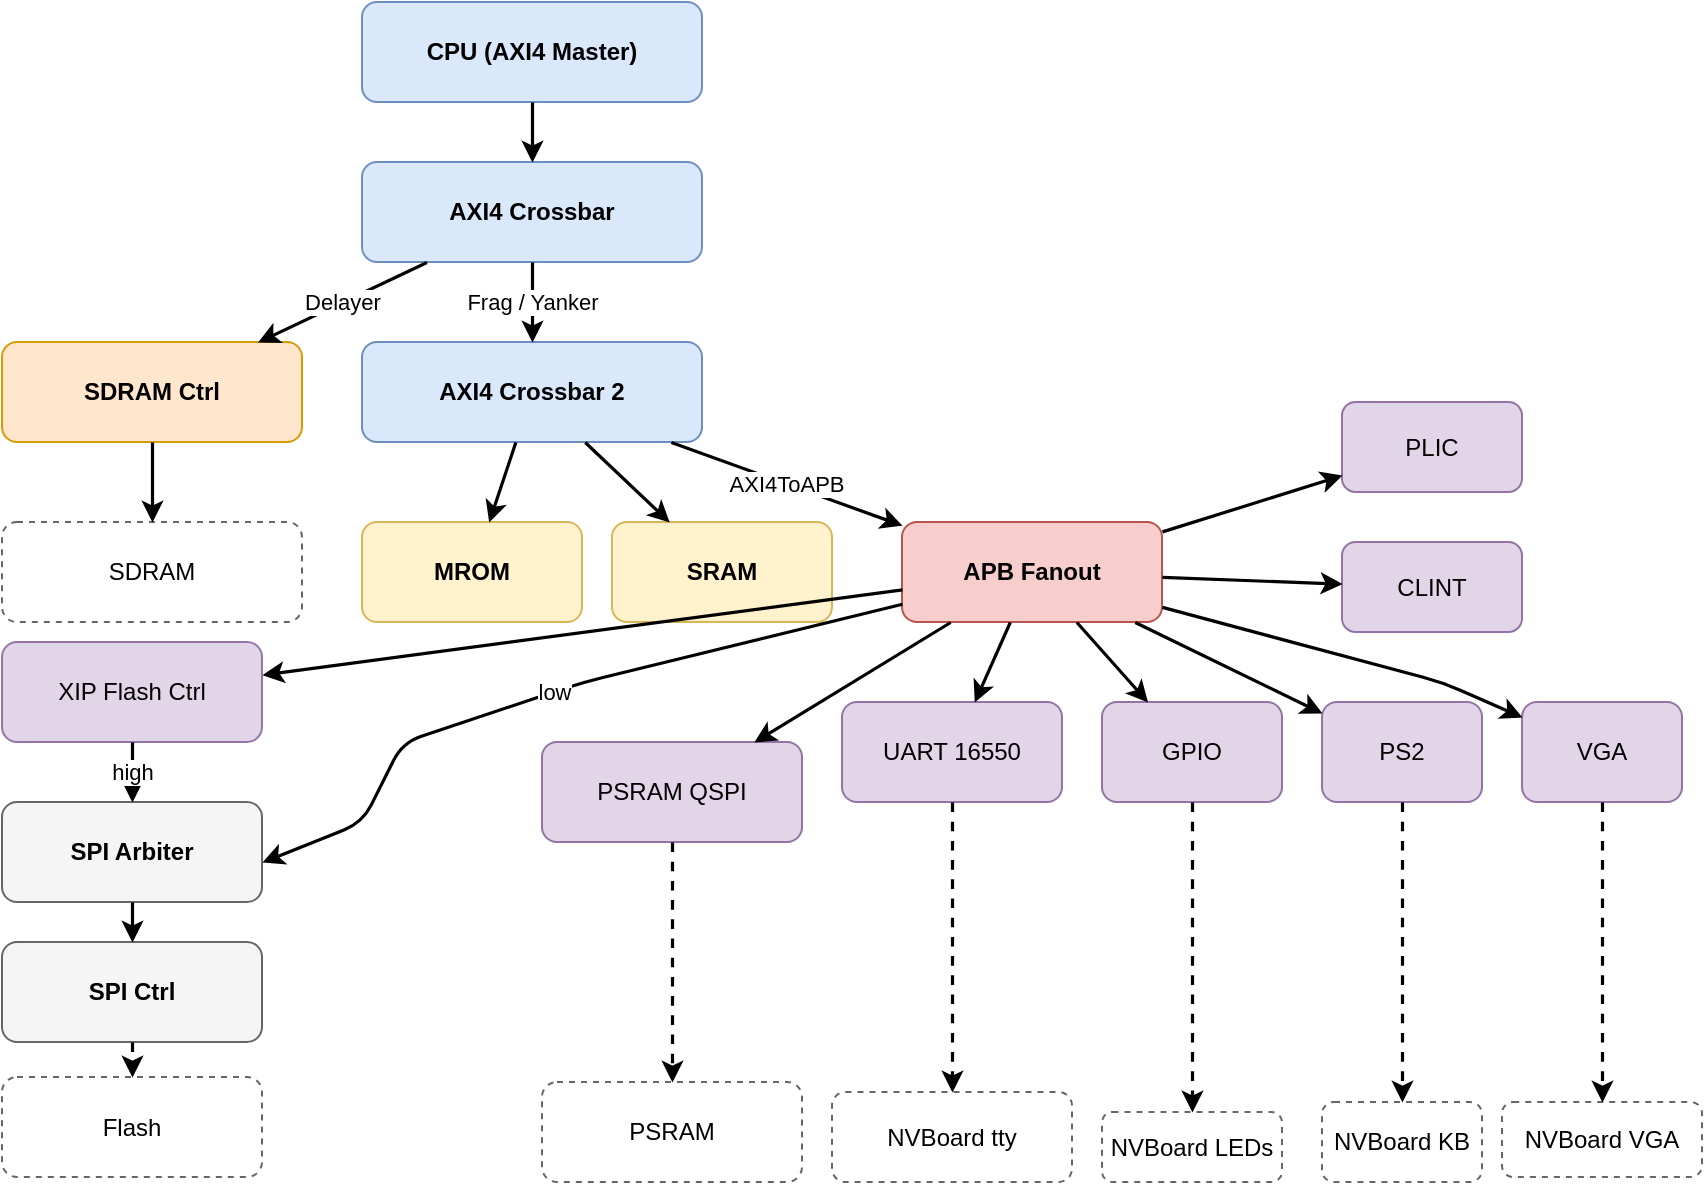
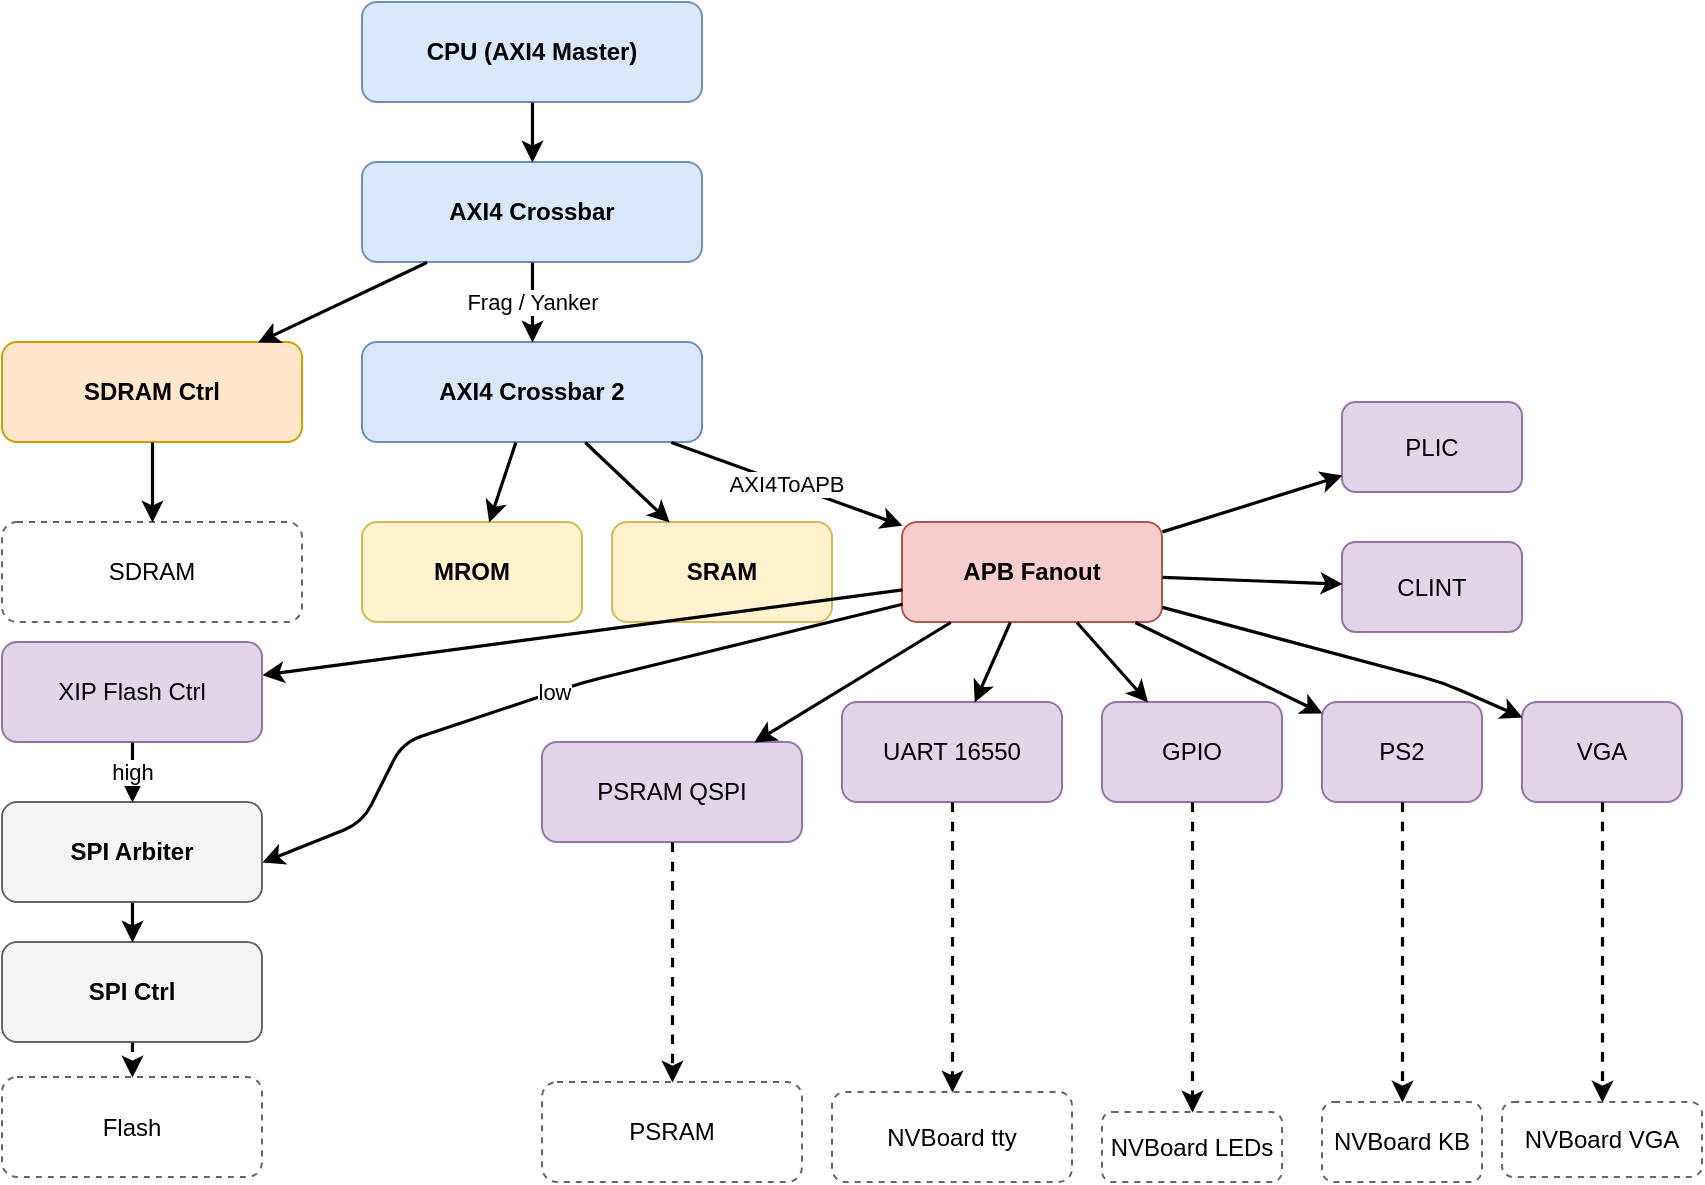
<mxfile host="65bd71144e">
    <diagram id="6tjoEP0it_ZVxBXkv_ii" name="Page-1">
-         <mxGraphModel dx="966" dy="786" grid="1" gridSize="10" guides="1" tooltips="1" connect="1" arrows="1" fold="1" page="0" pageScale="1" pageWidth="1100" pageHeight="850" math="0" shadow="0">
+         <mxGraphModel dx="378" dy="717" grid="1" gridSize="10" guides="1" tooltips="1" connect="1" arrows="1" fold="1" page="0" pageScale="1" pageWidth="1100" pageHeight="850" math="0" shadow="0">
            <root>
                <mxCell id="0"/>
                <mxCell id="1" parent="0"/>
                <mxCell id="2" value="CPU (AXI4 Master)" style="rounded=1;whiteSpace=wrap;html=1;fillColor=#dae8fc;strokeColor=#6c8ebf;fontStyle=1;" parent="1" vertex="1">
                    <mxGeometry x="420" y="40" width="170" height="50" as="geometry"/>
                </mxCell>
                <mxCell id="3" value="AXI4 Crossbar" style="rounded=1;whiteSpace=wrap;html=1;fillColor=#dae8fc;strokeColor=#6c8ebf;fontStyle=1;" parent="1" vertex="1">
                    <mxGeometry x="420" y="120" width="170" height="50" as="geometry"/>
                </mxCell>
                <mxCell id="4" value="SDRAM Ctrl" style="rounded=1;whiteSpace=wrap;html=1;fillColor=#ffe6cc;strokeColor=#d79b00;fontStyle=1;" parent="1" vertex="1">
                    <mxGeometry x="240" y="210" width="150" height="50" as="geometry"/>
                </mxCell>
                <mxCell id="5" value="AXI4 Crossbar 2" style="rounded=1;whiteSpace=wrap;html=1;fillColor=#dae8fc;strokeColor=#6c8ebf;fontStyle=1;" parent="1" vertex="1">
                    <mxGeometry x="420" y="210" width="170" height="50" as="geometry"/>
                </mxCell>
                <mxCell id="6" value="SDRAM" style="rounded=1;whiteSpace=wrap;html=1;dashed=1;fillColor=#ffffff;strokeColor=#666666;" parent="1" vertex="1">
                    <mxGeometry x="240" y="300" width="150" height="50" as="geometry"/>
                </mxCell>
                <mxCell id="7" value="MROM" style="rounded=1;whiteSpace=wrap;html=1;fillColor=#fff2cc;strokeColor=#d6b656;fontStyle=1;" parent="1" vertex="1">
                    <mxGeometry x="420" y="300" width="110" height="50" as="geometry"/>
                </mxCell>
                <mxCell id="8" value="SRAM" style="rounded=1;whiteSpace=wrap;html=1;fillColor=#fff2cc;strokeColor=#d6b656;fontStyle=1;" parent="1" vertex="1">
                    <mxGeometry x="545" y="300" width="110" height="50" as="geometry"/>
                </mxCell>
                <mxCell id="9" value="APB Fanout" style="rounded=1;whiteSpace=wrap;html=1;fillColor=#f8cecc;strokeColor=#b85450;fontStyle=1;" parent="1" vertex="1">
                    <mxGeometry x="690" y="300" width="130" height="50" as="geometry"/>
                </mxCell>
                <mxCell id="10" value="XIP Flash Ctrl" style="rounded=1;whiteSpace=wrap;html=1;fillColor=#e1d5e7;strokeColor=#9673a6;" parent="1" vertex="1">
                    <mxGeometry x="240" y="360" width="130" height="50" as="geometry"/>
                </mxCell>
                <mxCell id="11" value="PSRAM QSPI" style="rounded=1;whiteSpace=wrap;html=1;fillColor=#e1d5e7;strokeColor=#9673a6;" parent="1" vertex="1">
                    <mxGeometry x="510" y="410" width="130" height="50" as="geometry"/>
                </mxCell>
                <mxCell id="12" value="UART 16550" style="rounded=1;whiteSpace=wrap;html=1;fillColor=#e1d5e7;strokeColor=#9673a6;" parent="1" vertex="1">
                    <mxGeometry x="660" y="390" width="110" height="50" as="geometry"/>
                </mxCell>
                <mxCell id="13" value="GPIO" style="rounded=1;whiteSpace=wrap;html=1;fillColor=#e1d5e7;strokeColor=#9673a6;" parent="1" vertex="1">
                    <mxGeometry x="790" y="390" width="90" height="50" as="geometry"/>
                </mxCell>
                <mxCell id="14" value="PS2" style="rounded=1;whiteSpace=wrap;html=1;fillColor=#e1d5e7;strokeColor=#9673a6;" parent="1" vertex="1">
                    <mxGeometry x="900" y="390" width="80" height="50" as="geometry"/>
                </mxCell>
                <mxCell id="15" value="VGA" style="rounded=1;whiteSpace=wrap;html=1;fillColor=#e1d5e7;strokeColor=#9673a6;" parent="1" vertex="1">
                    <mxGeometry x="1000" y="390" width="80" height="50" as="geometry"/>
                </mxCell>
                <mxCell id="16" value="PLIC" style="rounded=1;whiteSpace=wrap;html=1;fillColor=#e1d5e7;strokeColor=#9673a6;" parent="1" vertex="1">
                    <mxGeometry x="910" y="240" width="90" height="45" as="geometry"/>
                </mxCell>
                <mxCell id="17" value="CLINT" style="rounded=1;whiteSpace=wrap;html=1;fillColor=#e1d5e7;strokeColor=#9673a6;" parent="1" vertex="1">
                    <mxGeometry x="910" y="310" width="90" height="45" as="geometry"/>
                </mxCell>
                <mxCell id="18" value="SPI Arbiter" style="rounded=1;whiteSpace=wrap;html=1;fillColor=#f5f5f5;strokeColor=#666666;fontStyle=1;" parent="1" vertex="1">
                    <mxGeometry x="240" y="440" width="130" height="50" as="geometry"/>
                </mxCell>
                <mxCell id="19" value="SPI Ctrl" style="rounded=1;whiteSpace=wrap;html=1;fillColor=#f5f5f5;strokeColor=#666666;fontStyle=1;" parent="1" vertex="1">
                    <mxGeometry x="240" y="510" width="130" height="50" as="geometry"/>
                </mxCell>
                <mxCell id="20" value="Flash" style="rounded=1;whiteSpace=wrap;html=1;dashed=1;fillColor=#ffffff;strokeColor=#666666;" parent="1" vertex="1">
                    <mxGeometry x="240" y="577.5" width="130" height="50" as="geometry"/>
                </mxCell>
                <mxCell id="21" value="PSRAM" style="rounded=1;whiteSpace=wrap;html=1;dashed=1;fillColor=#ffffff;strokeColor=#666666;" parent="1" vertex="1">
                    <mxGeometry x="510" y="580" width="130" height="50" as="geometry"/>
                </mxCell>
                <mxCell id="22" value="NVBoard tty" style="rounded=1;whiteSpace=wrap;html=1;dashed=1;fillColor=#ffffff;strokeColor=#666666;" parent="1" vertex="1">
                    <mxGeometry x="655" y="585" width="120" height="45" as="geometry"/>
                </mxCell>
                <mxCell id="23" value="NVBoard LEDs" style="rounded=1;whiteSpace=wrap;html=1;dashed=1;fillColor=#ffffff;strokeColor=#666666;" parent="1" vertex="1">
                    <mxGeometry x="790" y="595" width="90" height="35" as="geometry"/>
                </mxCell>
                <mxCell id="24" value="NVBoard KB" style="rounded=1;whiteSpace=wrap;html=1;dashed=1;fillColor=#ffffff;strokeColor=#666666;" parent="1" vertex="1">
                    <mxGeometry x="900" y="590" width="80" height="40" as="geometry"/>
                </mxCell>
                <mxCell id="25" value="NVBoard VGA" style="rounded=1;whiteSpace=wrap;html=1;dashed=1;fillColor=#ffffff;strokeColor=#666666;" parent="1" vertex="1">
                    <mxGeometry x="990" y="590" width="100" height="37.5" as="geometry"/>
                </mxCell>
                <mxCell id="e1" value="" style="endArrow=classic;html=1;strokeWidth=1.6;" parent="1" source="2" target="3" edge="1">
                    <mxGeometry relative="1" as="geometry"/>
                </mxCell>
-                 <mxCell id="e2" value="Delayer" style="endArrow=classic;html=1;strokeWidth=1.6;" parent="1" source="3" target="4" edge="1">
+                 <mxCell id="e2" value="" style="endArrow=classic;html=1;strokeWidth=1.6;" parent="1" source="3" target="4" edge="1">
                    <mxGeometry relative="1" as="geometry"/>
                </mxCell>
                <mxCell id="e3" value="Frag / Yanker" style="endArrow=classic;html=1;strokeWidth=1.6;" parent="1" source="3" target="5" edge="1">
                    <mxGeometry relative="1" as="geometry"/>
                </mxCell>
                <mxCell id="e4" value="" style="endArrow=classic;html=1;strokeWidth=1.6;" parent="1" source="4" target="6" edge="1">
                    <mxGeometry relative="1" as="geometry"/>
                </mxCell>
                <mxCell id="e5" value="" style="endArrow=classic;html=1;strokeWidth=1.6;" parent="1" source="5" target="7" edge="1">
                    <mxGeometry relative="1" as="geometry"/>
                </mxCell>
                <mxCell id="e6" value="" style="endArrow=classic;html=1;strokeWidth=1.6;" parent="1" source="5" target="8" edge="1">
                    <mxGeometry relative="1" as="geometry"/>
                </mxCell>
                <mxCell id="e7" value="AXI4ToAPB" style="endArrow=classic;html=1;strokeWidth=1.6;" parent="1" source="5" target="9" edge="1">
                    <mxGeometry relative="1" as="geometry"/>
                </mxCell>
                <mxCell id="e8" value="" style="endArrow=classic;html=1;strokeWidth=1.6;" parent="1" source="9" target="10" edge="1">
                    <mxGeometry relative="1" as="geometry"/>
                </mxCell>
                <mxCell id="e9" value="" style="endArrow=classic;html=1;strokeWidth=1.6;" parent="1" source="9" target="11" edge="1">
                    <mxGeometry relative="1" as="geometry"/>
                </mxCell>
                <mxCell id="e10" value="" style="endArrow=classic;html=1;strokeWidth=1.6;" parent="1" source="9" target="12" edge="1">
                    <mxGeometry relative="1" as="geometry"/>
                </mxCell>
                <mxCell id="e11" value="" style="endArrow=classic;html=1;strokeWidth=1.6;" parent="1" source="9" target="13" edge="1">
                    <mxGeometry relative="1" as="geometry"/>
                </mxCell>
                <mxCell id="e12" value="" style="endArrow=classic;html=1;strokeWidth=1.6;" parent="1" source="9" target="14" edge="1">
                    <mxGeometry relative="1" as="geometry"/>
                </mxCell>
                <mxCell id="e13" value="" style="endArrow=classic;html=1;strokeWidth=1.6;" parent="1" source="9" target="15" edge="1">
                    <mxGeometry relative="1" as="geometry">
                        <Array as="points">
                            <mxPoint x="960" y="380"/>
                        </Array>
                    </mxGeometry>
                </mxCell>
                <mxCell id="e14" value="" style="endArrow=classic;html=1;strokeWidth=1.6;" parent="1" source="9" target="16" edge="1">
                    <mxGeometry relative="1" as="geometry"/>
                </mxCell>
                <mxCell id="e15" value="" style="endArrow=classic;html=1;strokeWidth=1.6;" parent="1" source="9" target="17" edge="1">
                    <mxGeometry relative="1" as="geometry"/>
                </mxCell>
                <mxCell id="e16" value="high" style="endArrow=classic;html=1;strokeWidth=1.6;" parent="1" source="10" target="18" edge="1">
                    <mxGeometry relative="1" as="geometry"/>
                </mxCell>
                <mxCell id="e17" value="low" style="endArrow=classic;html=1;strokeWidth=1.6;" parent="1" source="9" target="18" edge="1">
                    <mxGeometry relative="1" as="geometry">
                        <Array as="points">
                            <mxPoint x="530" y="380"/>
                            <mxPoint x="440" y="410"/>
                            <mxPoint x="420" y="450"/>
                            <mxPoint x="370" y="470"/>
                        </Array>
                    </mxGeometry>
                </mxCell>
                <mxCell id="e18" value="" style="endArrow=classic;html=1;strokeWidth=1.6;" parent="1" source="18" target="19" edge="1">
                    <mxGeometry relative="1" as="geometry"/>
                </mxCell>
                <mxCell id="e19" value="" style="endArrow=classic;html=1;strokeWidth=1.6;dashed=1;" parent="1" source="19" target="20" edge="1">
                    <mxGeometry relative="1" as="geometry"/>
                </mxCell>
                <mxCell id="e20" value="" style="endArrow=classic;html=1;strokeWidth=1.6;dashed=1;" parent="1" source="11" target="21" edge="1">
                    <mxGeometry relative="1" as="geometry"/>
                </mxCell>
                <mxCell id="e21" value="" style="endArrow=classic;html=1;strokeWidth=1.6;dashed=1;" parent="1" source="12" target="22" edge="1">
                    <mxGeometry relative="1" as="geometry"/>
                </mxCell>
                <mxCell id="e22" value="" style="endArrow=classic;html=1;strokeWidth=1.6;dashed=1;" parent="1" source="13" target="23" edge="1">
                    <mxGeometry relative="1" as="geometry"/>
                </mxCell>
                <mxCell id="e23" value="" style="endArrow=classic;html=1;strokeWidth=1.6;dashed=1;" parent="1" source="14" target="24" edge="1">
                    <mxGeometry relative="1" as="geometry"/>
                </mxCell>
                <mxCell id="e24" value="" style="endArrow=classic;html=1;strokeWidth=1.6;dashed=1;" parent="1" source="15" target="25" edge="1">
                    <mxGeometry relative="1" as="geometry"/>
                </mxCell>
            </root>
        </mxGraphModel>
    </diagram>
</mxfile>